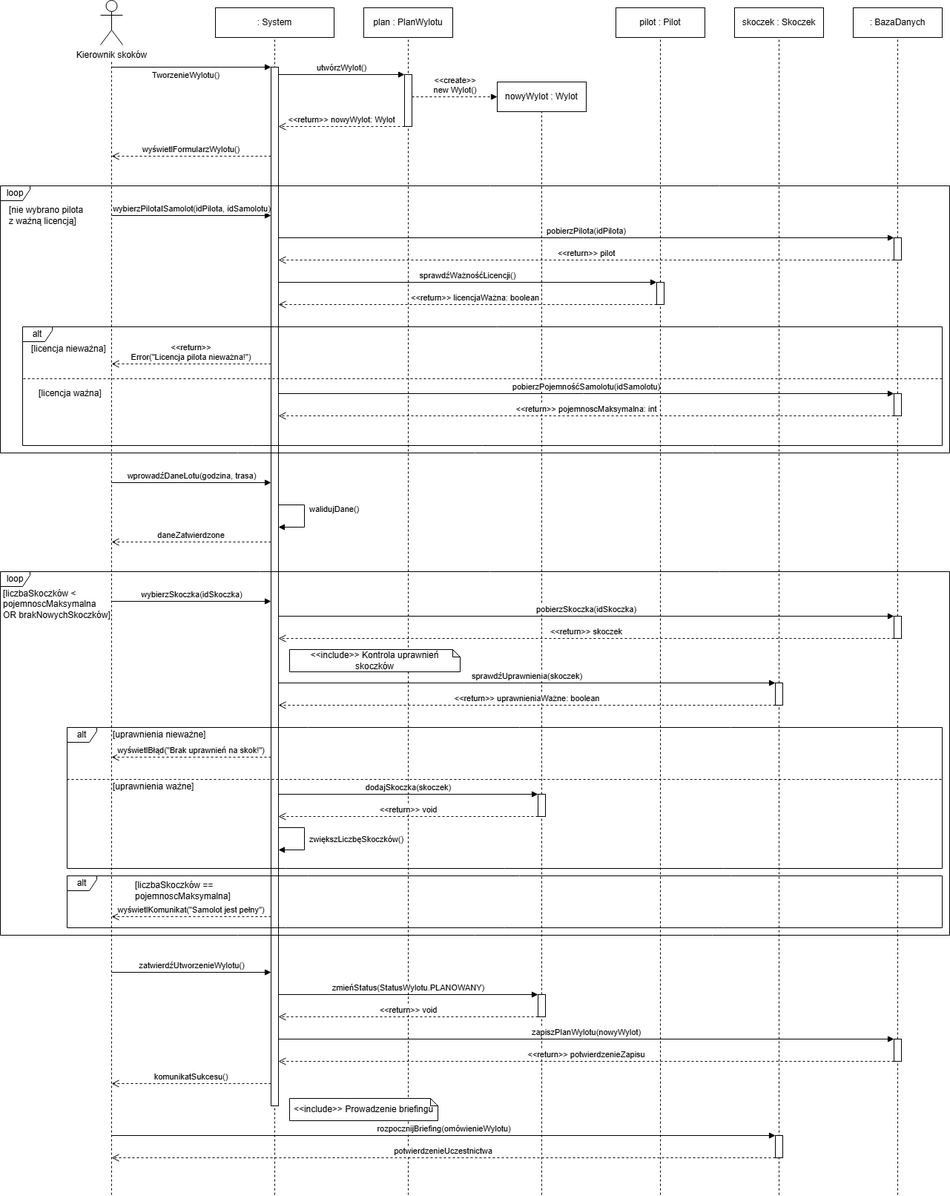
Earlier version of the draw.io export png-files/diagramPrzebieguHM.png (PatrykWojtkielewicz/SkySchool). Source tidied: cells renumbered, new cells last; positions are measured from the earlier drawing's top-left corner, leaving out a move shared by most shapes.
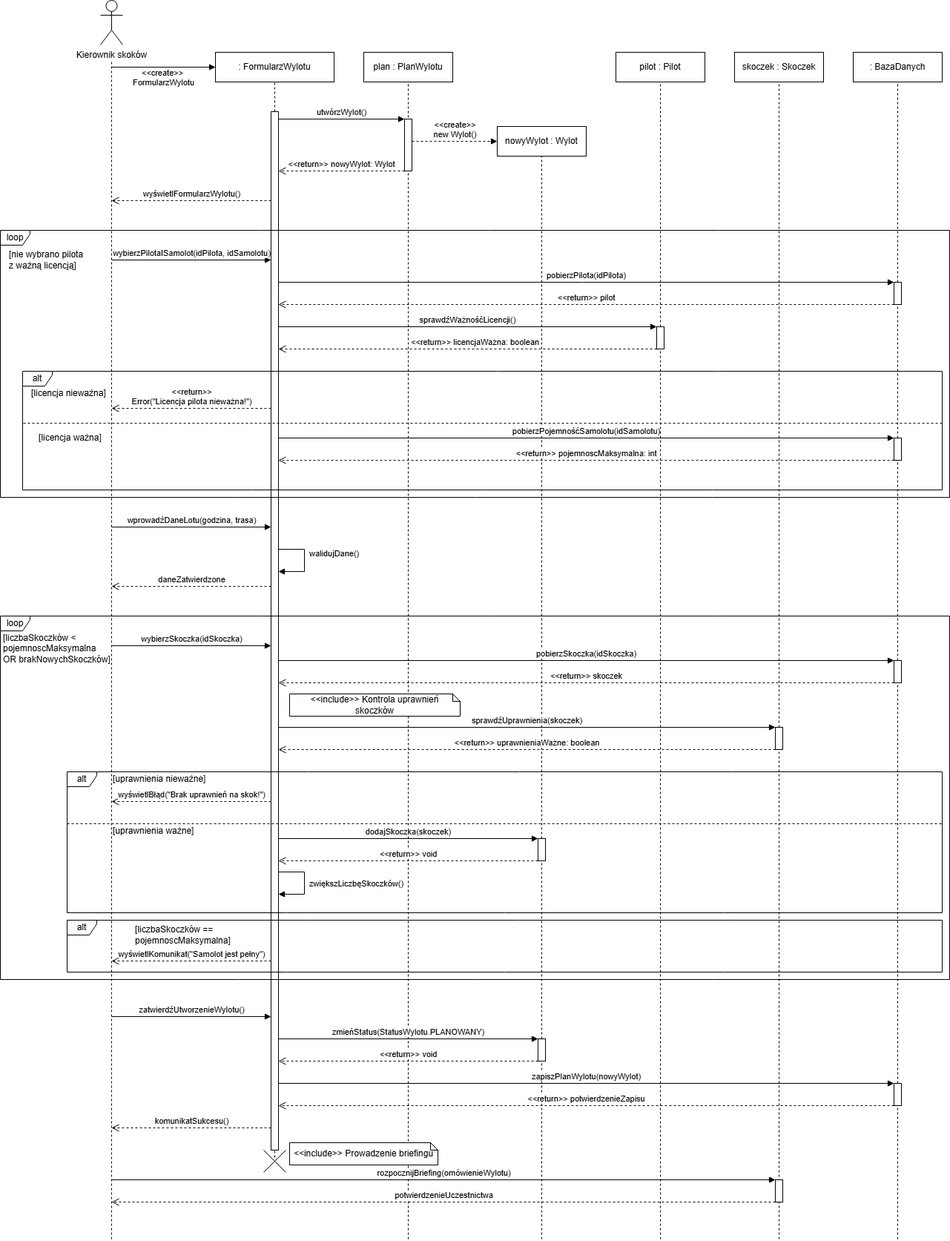
Above is the later version.

Change to the diagram source:
```diff
@@ -3,20 +3,20 @@
     <mxCell id="0" />
     <mxCell id="1" parent="0" />
     <mxCell id="2" value="Kierownik skoków" style="shape=umlActor;verticalLabelPosition=bottom;verticalAlign=top;html=1;" parent="1" vertex="1">
-      <mxGeometry x="135" width="30" height="60" as="geometry" />
+      <mxGeometry x="135" y="-60" width="30" height="60" as="geometry" />
     </mxCell>
     <mxCell id="3" style="endArrow=none;dashed=1;html=1;" parent="1" edge="1">
       <mxGeometry relative="1" as="geometry">
         <mxPoint x="150" y="1610" as="sourcePoint" />
-        <mxPoint x="150" y="80" as="targetPoint" />
+        <mxPoint x="150" y="20" as="targetPoint" />
       </mxGeometry>
     </mxCell>
-    <mxCell id="4" value=": System" style="html=1;whiteSpace=wrap;" parent="1" vertex="1">
+    <mxCell id="4" value=": FormularzWylotu" style="html=1;whiteSpace=wrap;" parent="1" vertex="1">
       <mxGeometry x="290" y="10" width="160" height="40" as="geometry" />
     </mxCell>
     <mxCell id="5" style="endArrow=none;dashed=1;html=1;" parent="1" edge="1">
       <mxGeometry relative="1" as="geometry">
-        <mxPoint x="370" y="1610" as="sourcePoint" />
+        <mxPoint x="370" y="1500" as="sourcePoint" />
         <mxPoint x="370" y="50" as="targetPoint" />
       </mxGeometry>
     </mxCell>
@@ -152,10 +152,9 @@
     <mxCell id="42" value="&amp;lt;&amp;lt;include&amp;gt;&amp;gt; Prowadzenie briefingu" style="shape=note;whiteSpace=wrap;html=1;size=10;align=center;verticalAlign=middle;backgroundOutline=1;darkOpacity=0.05;" parent="1" vertex="1">
       <mxGeometry x="390" y="1480" width="200" height="30" as="geometry" />
     </mxCell>
-    <mxCell id="43" value="TworzenieWylotu()" style="edgeStyle=none;html=1;endArrow=block;verticalAlign=bottom;" parent="1" edge="1">
-      <mxGeometry x="-0.07" y="-20" relative="1" as="geometry">
-        <mxPoint x="150" y="90" as="sourcePoint" />
-        <mxPoint x="365" y="90" as="targetPoint" />
+    <mxCell id="43" value="&amp;lt;&amp;lt;create&amp;gt;&amp;gt;&amp;nbsp;&lt;div&gt;FormularzWylotu&lt;/div&gt;" style="edgeStyle=none;html=1;endArrow=block;verticalAlign=bottom;entryX=0;entryY=0.5;entryDx=0;entryDy=0;" parent="1" edge="1" target="4">
+      <mxGeometry y="-30" relative="1" as="geometry">
+        <mxPoint x="150" y="30" as="sourcePoint" />
       </mxGeometry>
     </mxCell>
     <mxCell id="44" value="utwórzWylot()" style="edgeStyle=none;html=1;endArrow=block;verticalAlign=bottom;" parent="1" edge="1">
@@ -364,5 +363,8 @@
         <mxPoint x="150" y="1560" as="targetPoint" />
       </mxGeometry>
     </mxCell>
+    <mxCell id="77" style="shape=umlDestroy;html=1;" parent="1" vertex="1">
+      <mxGeometry x="355" y="1490" width="30" height="30" as="geometry" />
+    </mxCell>
   </root>
 </mxGraphModel>
```
